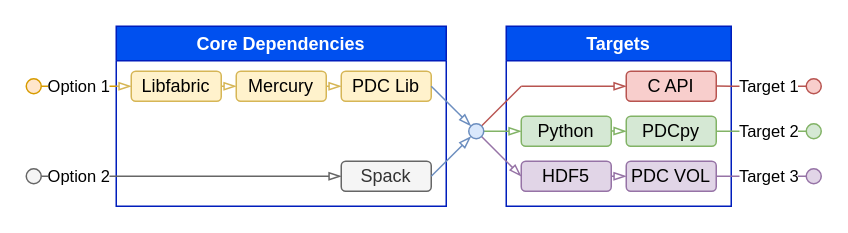
Earlier version of the draw.io diagram docs/_static/figs/pdc-installation.drawio (hpc-io/pdc). Source tidied: cells renumbered, new cells numbered last; positions are measured from the earlier drawing's top-left corner, leaving out a move shared by most shapes. Both pictures are drawn from the tidied source at 150%, with x=0, y=0 at pixel (26, 26).
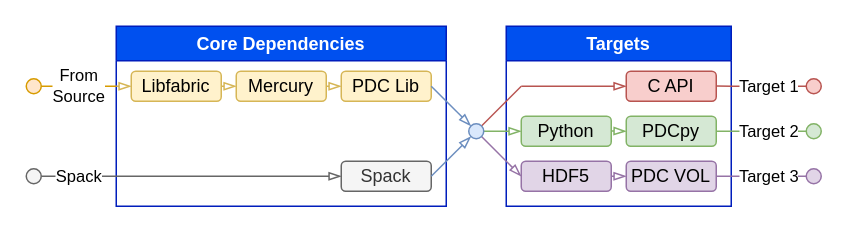
The same page after the edit.

The change refers to these unchanged cells:
```xml
<mxCell id="2" value="Core Dependencies" style="swimlane;whiteSpace=wrap;html=1;fillColor=#0050ef;fontColor=#ffffff;strokeColor=#001DBC;" parent="1" vertex="1">
  <mxGeometry x="60" width="220" height="120" as="geometry" />
</mxCell>
```

The edit, as a diff of the source:
```diff
@@
-    <mxCell id="6" value="Option 2" style="endArrow=none;html=1;rounded=0;fillColor=#f5f5f5;strokeColor=#666666;" parent="2" edge="1">
+    <mxCell id="6" value="Spack" style="endArrow=none;html=1;rounded=0;fillColor=#f5f5f5;strokeColor=#666666;" parent="2" edge="1">
       <mxGeometry relative="1" as="geometry">
         <mxPoint x="-50" y="100" as="sourcePoint" />
         <mxPoint y="100" as="targetPoint" />
       </mxGeometry>
     </mxCell>
@@
-    <mxCell id="19" value="Option 1" style="endArrow=none;html=1;rounded=0;fillColor=#ffe6cc;strokeColor=#d79b00;" parent="1" edge="1">
+    <mxCell id="19" value="&lt;div&gt;From&lt;/div&gt;&lt;div&gt;Source&lt;/div&gt;" style="endArrow=none;html=1;rounded=0;fillColor=#ffe6cc;strokeColor=#d79b00;" parent="1" edge="1">
       <mxGeometry relative="1" as="geometry">
         <mxPoint x="10" y="40" as="sourcePoint" />
         <mxPoint x="60" y="40" as="targetPoint" />
       </mxGeometry>
     </mxCell>
```
